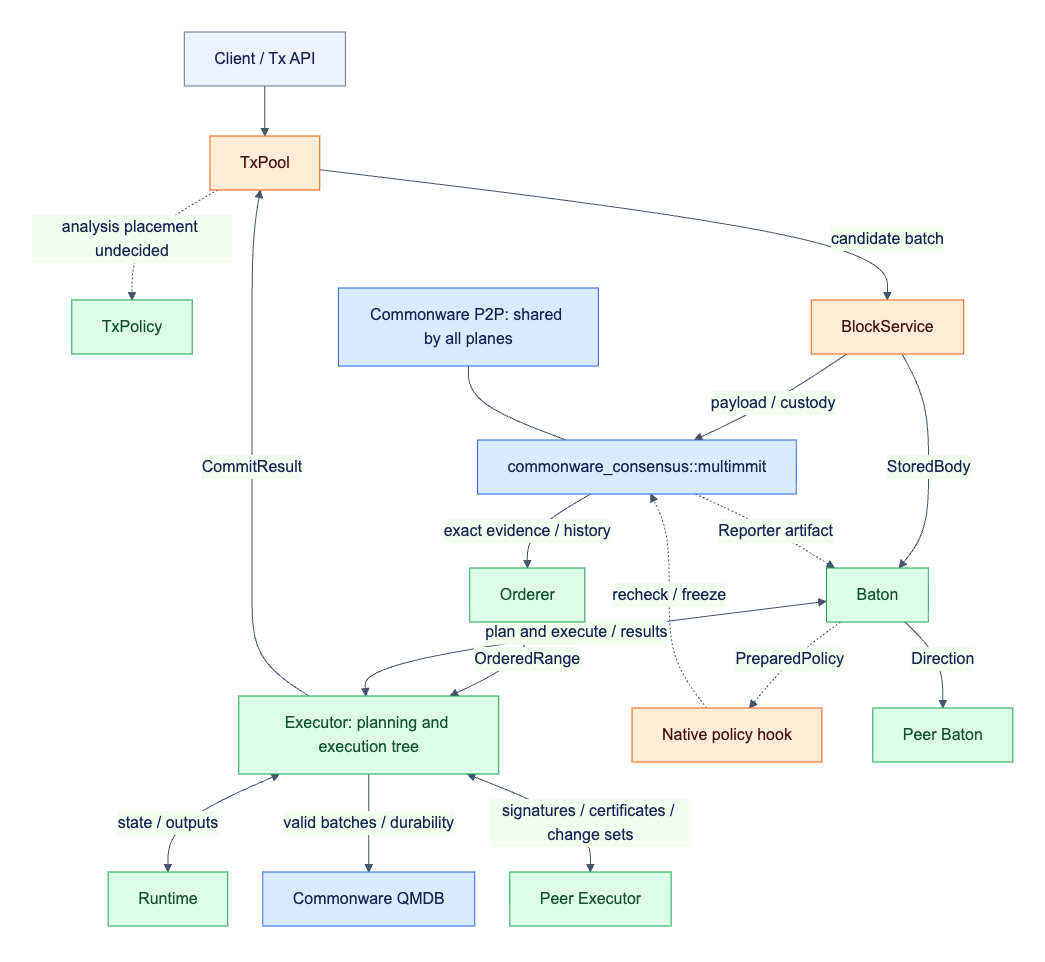
Before: docs/assets/diagrams/diagram-01.png, a diagram exported from Mermaid (djm07073/baton-research). Its source is kept beside it as docs/assets/diagrams/diagram-01.mmd.
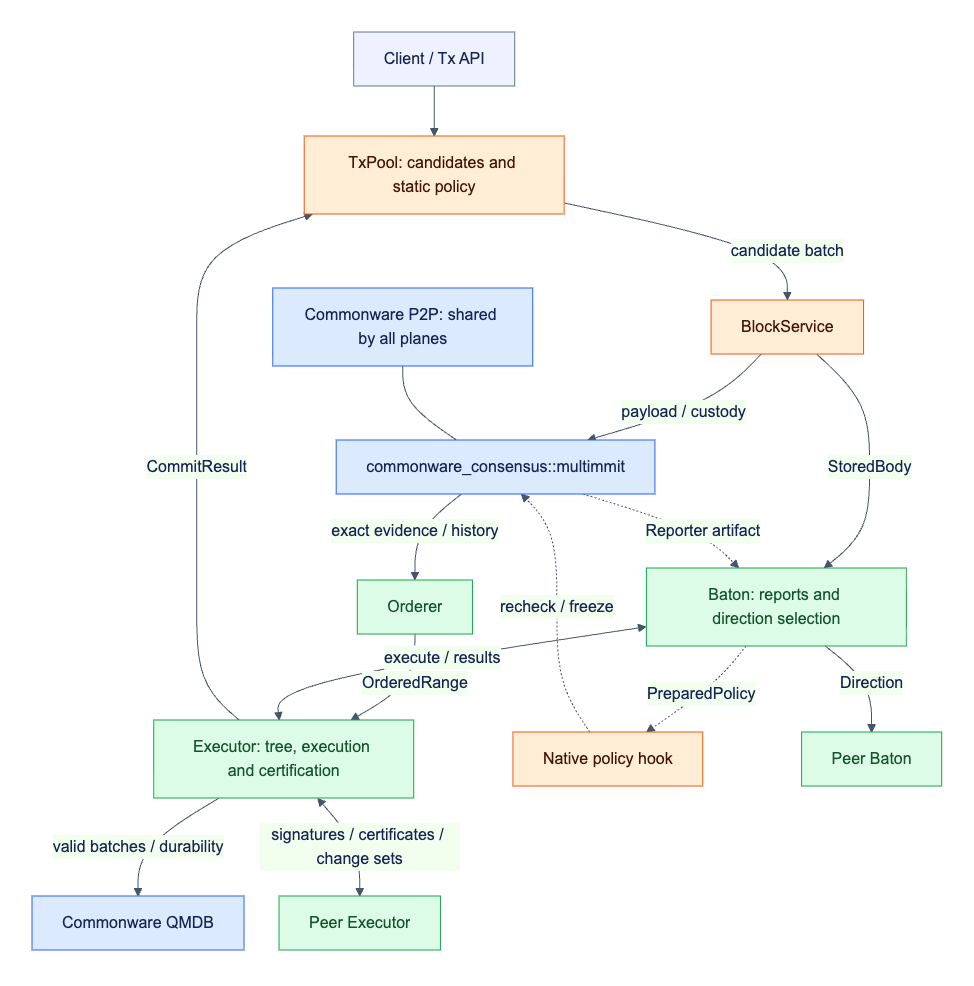
Above is the later version.

Diff of the diagram source:
```diff
@@ -1,17 +1,15 @@
 flowchart TB
-    C[Client / Tx API] --> T[TxPool]
-    T -. analysis placement undecided .-> X[TxPolicy]
+    C[Client / Tx API] --> T[TxPool: candidates and static policy]
     T -->|candidate batch| B[BlockService]
     B -->|payload / custody| N[commonware_consensus::multimmit]
     N -->|exact evidence / history| M[Orderer]
-    B -->|StoredBody| O[Baton]
+    B -->|StoredBody| O[Baton: reports and direction selection]
     N -. Reporter artifact .-> O
     M -->|OrderedRange| E
     O -. PreparedPolicy .-> H[Native policy hook]
     H -. recheck / freeze .-> N
     O -->|Direction| PE[Peer Baton]
-    O <-->|plan and execute / results| E[Executor: planning and execution tree]
-    E <-->|state / outputs| R[Runtime]
+    O <-->|execute / results| E[Executor: tree, execution and certification]
     E -->|valid batches / durability| S[Commonware QMDB]
     E <-->|signatures / certificates / change sets| V[Peer Executor]
     E -->|CommitResult| T
@@ -21,4 +19,4 @@
     classDef new fill:#dcfce7,stroke:#16a34a,color:#14532d;
     class N,NET,S reuse;
     class T,B,H adapt;
-    class X,M,O,PE,E,R,V new;
+    class M,O,PE,E,V new;
```
